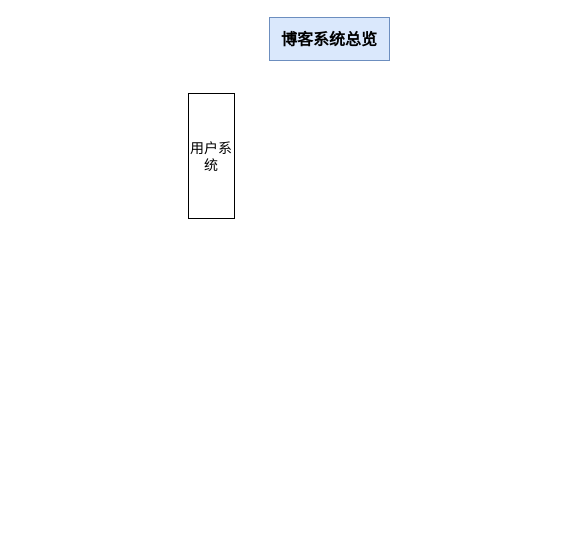
The draw.io diagram xingji_blog_website.drawio in xingji-i/web_service_projects, before the edit. Source tidied: cells renumbered, new cells numbered last; positions are measured from the earlier drawing's top-left corner, leaving out a move shared by most shapes. Both pictures are drawn from the tidied source at 100%, with x=0, y=0 at pixel (188, 17).
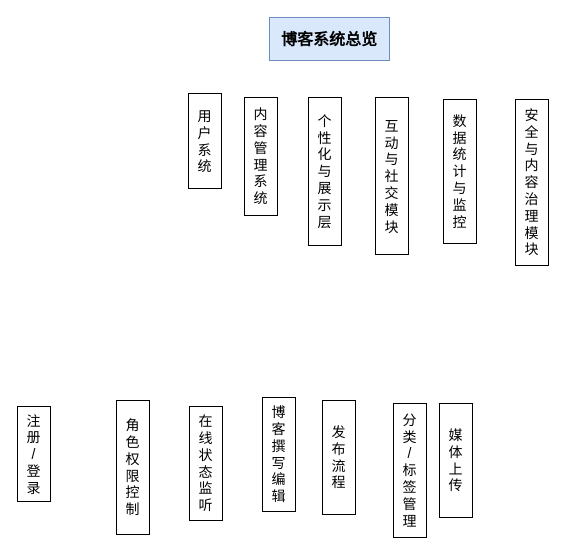
The same diagram, later.

Change to the diagram source:
```diff
@@
 <mxGraphModel>
   <root>
     <mxCell id="0" />
     <mxCell id="1" parent="0" />
     <mxCell id="2" value="&lt;font style=&quot;font-size: 16px;&quot;&gt;&lt;b&gt;博客系统总览&lt;/b&gt;&lt;/font&gt;" style="rounded=0;whiteSpace=wrap;html=1;fillColor=#dae8fc;strokeColor=#6c8ebf;fillStyle=auto;" parent="1" vertex="1">
       <mxGeometry x="81" width="120" height="43" as="geometry" />
     </mxCell>
-    <mxCell id="3" value="&lt;font style=&quot;font-size: 14px;&quot;&gt;用户系统&lt;/font&gt;" style="rounded=0;whiteSpace=wrap;html=1;align=center;" parent="1" vertex="1">
-      <mxGeometry y="76" width="46" height="125" as="geometry" />
+    <mxCell id="3" value="&lt;font style=&quot;font-size: 14px;&quot;&gt;用&lt;/font&gt;&lt;div&gt;&lt;font style=&quot;font-size: 14px;&quot;&gt;户&lt;/font&gt;&lt;/div&gt;&lt;div&gt;&lt;font style=&quot;font-size: 14px;&quot;&gt;系&lt;/font&gt;&lt;/div&gt;&lt;div&gt;&lt;font style=&quot;font-size: 14px;&quot;&gt;统&lt;/font&gt;&lt;/div&gt;" style="rounded=0;whiteSpace=wrap;html=1;align=center;strokeWidth=1;" parent="1" vertex="1">
+      <mxGeometry y="76" width="33" height="95" as="geometry" />
     </mxCell>
+    <mxCell id="4" value="&lt;span style=&quot;font-size: 14px;&quot;&gt;内&lt;/span&gt;&lt;div&gt;&lt;span style=&quot;font-size: 14px;&quot;&gt;容&lt;/span&gt;&lt;/div&gt;&lt;div&gt;&lt;span style=&quot;font-size: 14px;&quot;&gt;管&lt;/span&gt;&lt;/div&gt;&lt;div&gt;&lt;span style=&quot;font-size: 14px;&quot;&gt;理&lt;/span&gt;&lt;/div&gt;&lt;div&gt;&lt;span style=&quot;font-size: 14px;&quot;&gt;系&lt;/span&gt;&lt;/div&gt;&lt;div&gt;&lt;span style=&quot;font-size: 14px;&quot;&gt;统&lt;/span&gt;&lt;/div&gt;" style="rounded=0;whiteSpace=wrap;html=1;align=center;strokeWidth=1;" parent="1" vertex="1">
+      <mxGeometry x="56" y="80" width="33" height="118" as="geometry" />
+    </mxCell>
+    <mxCell id="5" value="&lt;span style=&quot;font-size: 14px;&quot;&gt;互&lt;/span&gt;&lt;div&gt;&lt;span style=&quot;font-size: 14px;&quot;&gt;动&lt;/span&gt;&lt;/div&gt;&lt;div&gt;&lt;span style=&quot;font-size: 14px;&quot;&gt;与&lt;/span&gt;&lt;/div&gt;&lt;div&gt;&lt;span style=&quot;font-size: 14px;&quot;&gt;社&lt;/span&gt;&lt;/div&gt;&lt;div&gt;&lt;span style=&quot;font-size: 14px;&quot;&gt;交&lt;/span&gt;&lt;/div&gt;&lt;div&gt;&lt;span style=&quot;font-size: 14px;&quot;&gt;模&lt;/span&gt;&lt;/div&gt;&lt;div&gt;&lt;span style=&quot;font-size: 14px;&quot;&gt;块&lt;/span&gt;&lt;/div&gt;" style="rounded=0;whiteSpace=wrap;html=1;align=center;strokeWidth=1;" parent="1" vertex="1">
+      <mxGeometry x="187" y="80" width="33" height="157" as="geometry" />
+    </mxCell>
+    <mxCell id="6" value="&lt;span style=&quot;font-size: 14px;&quot;&gt;安&lt;/span&gt;&lt;div&gt;&lt;span style=&quot;font-size: 14px;&quot;&gt;全&lt;/span&gt;&lt;/div&gt;&lt;div&gt;&lt;span style=&quot;font-size: 14px;&quot;&gt;与&lt;/span&gt;&lt;/div&gt;&lt;div&gt;&lt;span style=&quot;font-size: 14px;&quot;&gt;内&lt;/span&gt;&lt;/div&gt;&lt;div&gt;&lt;span style=&quot;font-size: 14px;&quot;&gt;容&lt;/span&gt;&lt;/div&gt;&lt;div&gt;&lt;span style=&quot;font-size: 14px;&quot;&gt;治&lt;/span&gt;&lt;/div&gt;&lt;div&gt;&lt;span style=&quot;font-size: 14px;&quot;&gt;理&lt;/span&gt;&lt;/div&gt;&lt;div&gt;&lt;span style=&quot;font-size: 14px;&quot;&gt;模&lt;/span&gt;&lt;/div&gt;&lt;div&gt;&lt;span style=&quot;font-size: 14px;&quot;&gt;块&lt;/span&gt;&lt;/div&gt;" style="rounded=0;whiteSpace=wrap;html=1;align=center;strokeWidth=1;" parent="1" vertex="1">
+      <mxGeometry x="327" y="82" width="33" height="166" as="geometry" />
+    </mxCell>
+    <mxCell id="7" value="&lt;span style=&quot;font-size: 14px;&quot;&gt;在&lt;/span&gt;&lt;div&gt;&lt;span style=&quot;font-size: 14px;&quot;&gt;线&lt;/span&gt;&lt;/div&gt;&lt;div&gt;&lt;span style=&quot;font-size: 14px;&quot;&gt;状&lt;/span&gt;&lt;/div&gt;&lt;div&gt;&lt;span style=&quot;font-size: 14px;&quot;&gt;态&lt;/span&gt;&lt;/div&gt;&lt;div&gt;&lt;span style=&quot;font-size: 14px;&quot;&gt;监&lt;/span&gt;&lt;/div&gt;&lt;div&gt;&lt;span style=&quot;font-size: 14px;&quot;&gt;听&lt;/span&gt;&lt;/div&gt;" style="rounded=0;whiteSpace=wrap;html=1;align=center;strokeWidth=1;" parent="1" vertex="1">
+      <mxGeometry x="1" y="389" width="33" height="114" as="geometry" />
+    </mxCell>
+    <mxCell id="8" value="&lt;span style=&quot;font-size: 14px;&quot;&gt;角&lt;/span&gt;&lt;div&gt;&lt;span style=&quot;font-size: 14px;&quot;&gt;色&lt;/span&gt;&lt;/div&gt;&lt;div&gt;&lt;span style=&quot;font-size: 14px;&quot;&gt;权&lt;/span&gt;&lt;/div&gt;&lt;div&gt;&lt;span style=&quot;font-size: 14px;&quot;&gt;限&lt;/span&gt;&lt;/div&gt;&lt;div&gt;&lt;span style=&quot;font-size: 14px;&quot;&gt;控&lt;/span&gt;&lt;/div&gt;&lt;div&gt;&lt;span style=&quot;font-size: 14px;&quot;&gt;制&lt;/span&gt;&lt;/div&gt;" style="rounded=0;whiteSpace=wrap;html=1;align=center;strokeWidth=1;" parent="1" vertex="1">
+      <mxGeometry x="-72" y="383" width="33" height="134" as="geometry" />
+    </mxCell>
+    <mxCell id="9" value="&lt;span style=&quot;font-size: 14px;&quot;&gt;数&lt;/span&gt;&lt;div&gt;&lt;span style=&quot;font-size: 14px;&quot;&gt;据&lt;/span&gt;&lt;/div&gt;&lt;div&gt;&lt;span style=&quot;font-size: 14px;&quot;&gt;统&lt;/span&gt;&lt;/div&gt;&lt;div&gt;&lt;span style=&quot;font-size: 14px;&quot;&gt;计&lt;/span&gt;&lt;/div&gt;&lt;div&gt;&lt;span style=&quot;font-size: 14px;&quot;&gt;与&lt;/span&gt;&lt;/div&gt;&lt;div&gt;&lt;span style=&quot;font-size: 14px;&quot;&gt;监&lt;/span&gt;&lt;/div&gt;&lt;div&gt;&lt;span style=&quot;font-size: 14px;&quot;&gt;控&lt;/span&gt;&lt;/div&gt;" style="rounded=0;whiteSpace=wrap;html=1;align=center;strokeWidth=1;" parent="1" vertex="1">
+      <mxGeometry x="255" y="82" width="33" height="144" as="geometry" />
+    </mxCell>
+    <mxCell id="10" value="&lt;span style=&quot;font-size: 14px;&quot;&gt;注&lt;/span&gt;&lt;div&gt;&lt;span style=&quot;font-size: 14px;&quot;&gt;册&lt;/span&gt;&lt;/div&gt;&lt;div&gt;&lt;span style=&quot;font-size: 14px;&quot;&gt;/&lt;/span&gt;&lt;/div&gt;&lt;div&gt;&lt;span style=&quot;font-size: 14px;&quot;&gt;登&lt;/span&gt;&lt;/div&gt;&lt;div&gt;&lt;span style=&quot;font-size: 14px;&quot;&gt;录&lt;/span&gt;&lt;/div&gt;" style="rounded=0;whiteSpace=wrap;html=1;align=center;strokeWidth=1;" parent="1" vertex="1">
+      <mxGeometry x="-171" y="389" width="33" height="95" as="geometry" />
+    </mxCell>
+    <mxCell id="11" value="&lt;span style=&quot;font-size: 14px;&quot;&gt;博&lt;/span&gt;&lt;div&gt;&lt;span style=&quot;font-size: 14px;&quot;&gt;客&lt;/span&gt;&lt;/div&gt;&lt;div&gt;&lt;span style=&quot;font-size: 14px;&quot;&gt;撰&lt;/span&gt;&lt;/div&gt;&lt;div&gt;&lt;span style=&quot;font-size: 14px;&quot;&gt;写&lt;/span&gt;&lt;/div&gt;&lt;div&gt;&lt;span style=&quot;font-size: 14px;&quot;&gt;编&lt;/span&gt;&lt;/div&gt;&lt;div&gt;&lt;span style=&quot;font-size: 14px;&quot;&gt;辑&lt;/span&gt;&lt;/div&gt;" style="rounded=0;whiteSpace=wrap;html=1;align=center;strokeWidth=1;" parent="1" vertex="1">
+      <mxGeometry x="74" y="380" width="33" height="114" as="geometry" />
+    </mxCell>
+    <mxCell id="12" value="&lt;span style=&quot;font-size: 14px;&quot;&gt;个&lt;/span&gt;&lt;div&gt;&lt;span style=&quot;font-size: 14px;&quot;&gt;性&lt;/span&gt;&lt;/div&gt;&lt;div&gt;&lt;span style=&quot;font-size: 14px;&quot;&gt;化&lt;/span&gt;&lt;/div&gt;&lt;div&gt;&lt;span style=&quot;font-size: 14px;&quot;&gt;与&lt;/span&gt;&lt;/div&gt;&lt;div&gt;&lt;span style=&quot;font-size: 14px;&quot;&gt;展&lt;/span&gt;&lt;/div&gt;&lt;div&gt;&lt;span style=&quot;font-size: 14px;&quot;&gt;示&lt;/span&gt;&lt;/div&gt;&lt;div&gt;&lt;span style=&quot;font-size: 14px;&quot;&gt;层&lt;/span&gt;&lt;/div&gt;" style="rounded=0;whiteSpace=wrap;html=1;align=center;strokeWidth=1;" parent="1" vertex="1">
+      <mxGeometry x="120" y="80" width="33" height="148" as="geometry" />
+    </mxCell>
+    <mxCell id="13" style="edgeStyle=none;curved=1;rounded=0;orthogonalLoop=1;jettySize=auto;html=1;exitX=0;exitY=0.5;exitDx=0;exitDy=0;fontSize=12;startSize=8;endSize=8;" parent="1" edge="1" source="7" target="7">
+      <mxGeometry relative="1" as="geometry" />
+    </mxCell>
+    <mxCell id="14" value="&lt;span style=&quot;font-size: 14px;&quot;&gt;发&lt;/span&gt;&lt;div&gt;&lt;span style=&quot;font-size: 14px;&quot;&gt;布&lt;/span&gt;&lt;/div&gt;&lt;div&gt;&lt;span style=&quot;font-size: 14px;&quot;&gt;流&lt;/span&gt;&lt;/div&gt;&lt;div&gt;&lt;span style=&quot;font-size: 14px;&quot;&gt;程&lt;/span&gt;&lt;/div&gt;" style="rounded=0;whiteSpace=wrap;html=1;align=center;strokeWidth=1;" parent="1" vertex="1">
+      <mxGeometry x="134" y="383" width="33" height="114" as="geometry" />
+    </mxCell>
+    <mxCell id="15" value="&lt;span style=&quot;font-size: 14px;&quot;&gt;分&lt;/span&gt;&lt;div&gt;&lt;span style=&quot;font-size: 14px;&quot;&gt;类&lt;/span&gt;&lt;/div&gt;&lt;div&gt;&lt;span style=&quot;font-size: 14px;&quot;&gt;/&lt;/span&gt;&lt;/div&gt;&lt;div&gt;&lt;span style=&quot;font-size: 14px;&quot;&gt;标&lt;/span&gt;&lt;/div&gt;&lt;div&gt;&lt;span style=&quot;font-size: 14px;&quot;&gt;签&lt;/span&gt;&lt;/div&gt;&lt;div&gt;&lt;span style=&quot;font-size: 14px;&quot;&gt;管&lt;/span&gt;&lt;/div&gt;&lt;div&gt;&lt;span style=&quot;font-size: 14px;&quot;&gt;理&lt;/span&gt;&lt;/div&gt;" style="rounded=0;whiteSpace=wrap;html=1;align=center;strokeWidth=1;" parent="1" vertex="1">
+      <mxGeometry x="205" y="386" width="33" height="134" as="geometry" />
+    </mxCell>
+    <mxCell id="16" value="&lt;span style=&quot;font-size: 14px;&quot;&gt;媒&lt;/span&gt;&lt;div&gt;&lt;span style=&quot;font-size: 14px;&quot;&gt;体&lt;/span&gt;&lt;/div&gt;&lt;div&gt;&lt;span style=&quot;font-size: 14px;&quot;&gt;上&lt;/span&gt;&lt;/div&gt;&lt;div&gt;&lt;span style=&quot;font-size: 14px;&quot;&gt;传&lt;/span&gt;&lt;/div&gt;" style="rounded=0;whiteSpace=wrap;html=1;align=center;strokeWidth=1;" parent="1" vertex="1">
+      <mxGeometry x="251" y="386" width="33" height="114" as="geometry" />
+    </mxCell>
   </root>
 </mxGraphModel>
```
